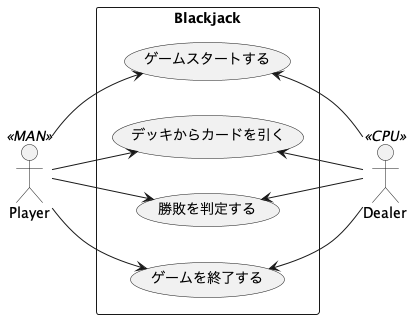
This is out/src/docs/usecase/Blackjack.png from ryamate/php-oop-cli-blackjack, a PlantUML export, as it was before one commit. Its diagram source:
```plantuml
@startuml Blackjack
left to right direction
actor Player <<MAN>> as p
actor Dealer <<CPU>> as d

rectangle Blackjack {
  usecase "ゲームスタートする" as UC1
  usecase "デッキからカードを引く" as UC2
  usecase "勝敗を判定する" as UC3
  usecase "ゲームを終了する" as UC4
}

p --> UC1
p --> UC2
p --> UC3
p --> UC4

UC1 <-- d
UC2 <-- d
UC3 <-- d
UC4 <-- d

@enduml
```
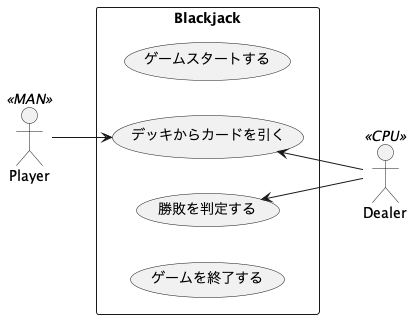
Above is the later version.

Change to the diagram source:
```diff
@@ -10,14 +10,9 @@
   usecase "ゲームを終了する" as UC4
 }
 
-p --> UC1
 p --> UC2
-p --> UC3
-p --> UC4
 
-UC1 <-- d
 UC2 <-- d
 UC3 <-- d
-UC4 <-- d
 
 @enduml
```
